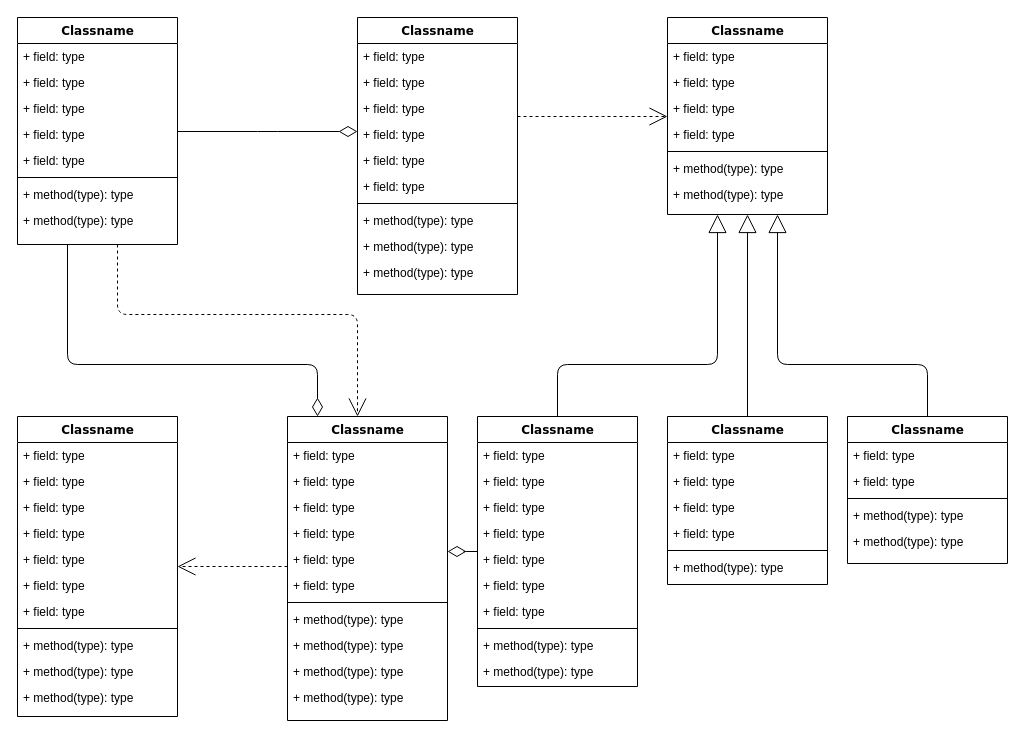
This is life_viewer_data_base.drawio from IvanStebletsov/drawio, a draw.io file, before an edit. Source tidied: cells renumbered, new cells numbered last; positions are measured from the earlier drawing's top-left corner, leaving out a move shared by most shapes. Both pictures are drawn from the tidied source at 100%, with x=0, y=0 at pixel (17, 17).
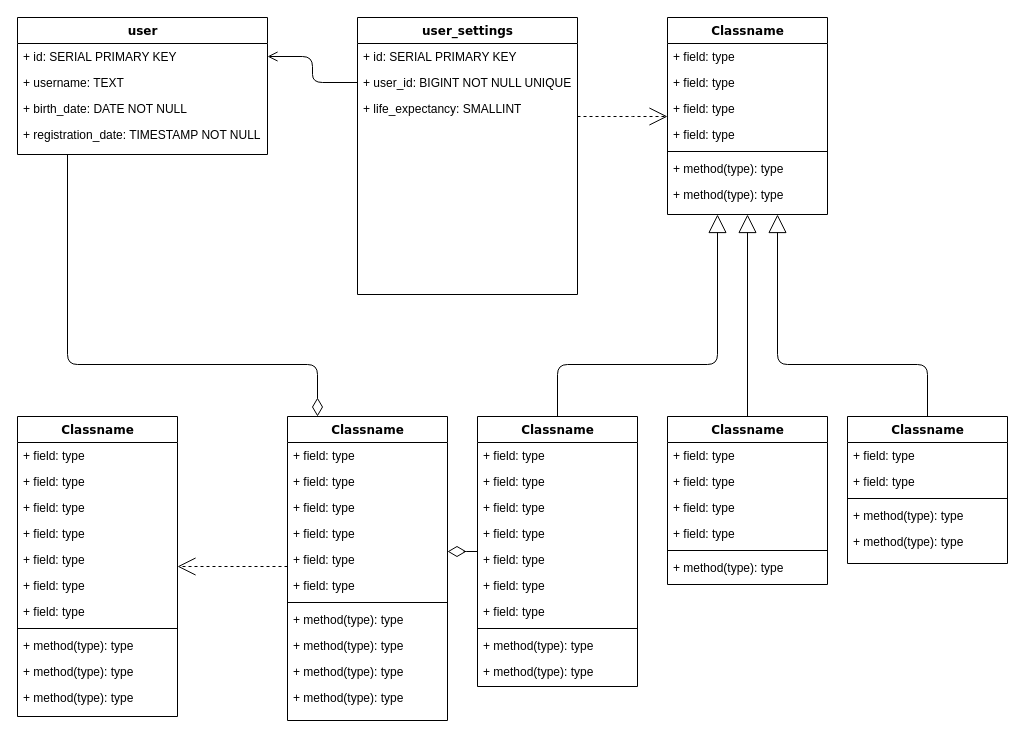
After the change.

The change refers to these unchanged cells:
```xml
<mxCell id="47" value="Classname" style="swimlane;html=1;fontStyle=1;align=center;verticalAlign=top;horizontal=1;startSize=26;swimlaneFillColor=#ffffff;rounded=0;shadow=0;comic=0;labelBackgroundColor=none;strokeWidth=1;fillColor=none;fontFamily=Verdana;fontSize=12;" parent="1" vertex="1">
  <mxGeometry x="270" y="399" width="160" height="304" as="geometry" />
</mxCell>
```

Change to the diagram source:
```diff
@@
-    <mxCell id="2" style="edgeStyle=orthogonalEdgeStyle;html=1;labelBackgroundColor=none;startFill=0;startSize=8;endArrow=open;endFill=0;endSize=16;fontFamily=Verdana;fontSize=12;dashed=1;" parent="1" edge="1" source="4" target="47">
-      <mxGeometry relative="1" as="geometry">
-        <Array as="points">
-          <mxPoint x="100" y="297" />
-          <mxPoint x="340" y="297" />
-        </Array>
-      </mxGeometry>
-    </mxCell>
@@
-    <mxCell id="4" value="Classname" style="swimlane;html=1;fontStyle=1;align=center;verticalAlign=top;horizontal=1;startSize=26;swimlaneFillColor=#ffffff;rounded=0;shadow=0;comic=0;labelBackgroundColor=none;strokeWidth=1;fillColor=none;fontFamily=Verdana;fontSize=12;" parent="1" vertex="1">
-      <mxGeometry width="160" height="227" as="geometry" />
+    <mxCell id="4" value="user" style="swimlane;html=1;fontStyle=1;align=center;verticalAlign=top;horizontal=1;startSize=26;swimlaneFillColor=#ffffff;rounded=0;shadow=0;comic=0;labelBackgroundColor=none;strokeWidth=1;fillColor=none;fontFamily=Verdana;fontSize=12;" parent="1" vertex="1">
+      <mxGeometry width="250" height="137" as="geometry" />
     </mxCell>
-    <mxCell id="5" value="+ field: type" style="text;html=1;strokeColor=none;fillColor=none;align=left;verticalAlign=top;spacingLeft=4;spacingRight=4;whiteSpace=wrap;overflow=hidden;points=[[0,0.5],[1,0.5]];portConstraint=eastwest;" parent="4" vertex="1">
-      <mxGeometry y="26" width="160" height="26" as="geometry" />
+    <mxCell id="5" value="+ id: SERIAL PRIMARY KEY" style="text;html=1;strokeColor=none;fillColor=none;align=left;verticalAlign=top;spacingLeft=4;spacingRight=4;whiteSpace=wrap;overflow=hidden;points=[[0,0.5],[1,0.5]];portConstraint=eastwest;" parent="4" vertex="1">
+      <mxGeometry y="26" width="250" height="26" as="geometry" />
     </mxCell>
-    <mxCell id="6" value="+ field: type" style="text;html=1;strokeColor=none;fillColor=none;align=left;verticalAlign=top;spacingLeft=4;spacingRight=4;whiteSpace=wrap;overflow=hidden;" parent="4" vertex="1">
-      <mxGeometry y="52" width="160" height="26" as="geometry" />
+    <mxCell id="6" value="+ username: TEXT" style="text;html=1;strokeColor=none;fillColor=none;align=left;verticalAlign=top;spacingLeft=4;spacingRight=4;whiteSpace=wrap;overflow=hidden;" parent="4" vertex="1">
+      <mxGeometry y="52" width="250" height="26" as="geometry" />
     </mxCell>
-    <mxCell id="7" value="+ field: type" style="text;html=1;strokeColor=none;fillColor=none;align=left;verticalAlign=top;spacingLeft=4;spacingRight=4;whiteSpace=wrap;overflow=hidden;" parent="4" vertex="1">
-      <mxGeometry y="78" width="160" height="26" as="geometry" />
+    <mxCell id="7" value="+ birth_date: DATE NOT NULL" style="text;html=1;strokeColor=none;fillColor=none;align=left;verticalAlign=top;spacingLeft=4;spacingRight=4;whiteSpace=wrap;overflow=hidden;" parent="4" vertex="1">
+      <mxGeometry y="78" width="250" height="26" as="geometry" />
     </mxCell>
-    <mxCell id="8" value="+ field: type" style="text;html=1;strokeColor=none;fillColor=none;align=left;verticalAlign=top;spacingLeft=4;spacingRight=4;whiteSpace=wrap;overflow=hidden;" parent="4" vertex="1">
-      <mxGeometry y="104" width="160" height="26" as="geometry" />
+    <mxCell id="8" value="+ registration_date: TIMESTAMP NOT NULL" style="text;html=1;strokeColor=none;fillColor=none;align=left;verticalAlign=top;spacingLeft=4;spacingRight=4;whiteSpace=wrap;overflow=hidden;" parent="4" vertex="1">
+      <mxGeometry y="104" width="250" height="26" as="geometry" />
     </mxCell>
-    <mxCell id="9" value="+ field: type" style="text;html=1;strokeColor=none;fillColor=none;align=left;verticalAlign=top;spacingLeft=4;spacingRight=4;whiteSpace=wrap;overflow=hidden;" parent="4" vertex="1">
-      <mxGeometry y="130" width="160" height="26" as="geometry" />
-    </mxCell>
-    <mxCell id="10" style="line;html=1;strokeWidth=1;fillColor=none;align=left;verticalAlign=middle;spacingTop=-1;spacingLeft=3;spacingRight=3;labelPosition=right;" parent="4" vertex="1">
-      <mxGeometry y="156" width="160" height="8" as="geometry" />
-    </mxCell>
-    <mxCell id="11" value="+ method(type): type" style="text;html=1;strokeColor=none;fillColor=none;align=left;verticalAlign=top;spacingLeft=4;spacingRight=4;whiteSpace=wrap;overflow=hidden;" parent="4" vertex="1">
-      <mxGeometry y="164" width="160" height="26" as="geometry" />
-    </mxCell>
-    <mxCell id="12" value="+ method(type): type" style="text;html=1;strokeColor=none;fillColor=none;align=left;verticalAlign=top;spacingLeft=4;spacingRight=4;whiteSpace=wrap;overflow=hidden;" parent="4" vertex="1">
-      <mxGeometry y="190" width="160" height="26" as="geometry" />
-    </mxCell>
@@
-    <mxCell id="14" value="Classname" style="swimlane;html=1;fontStyle=1;align=center;verticalAlign=top;horizontal=1;startSize=26;swimlaneFillColor=#ffffff;rounded=0;shadow=0;comic=0;labelBackgroundColor=none;strokeWidth=1;fillColor=none;fontFamily=Verdana;fontSize=12;" parent="1" vertex="1">
-      <mxGeometry x="340" width="160" height="277" as="geometry" />
+    <mxCell id="14" value="user_settings" style="swimlane;html=1;fontStyle=1;align=center;verticalAlign=top;horizontal=1;startSize=26;swimlaneFillColor=#ffffff;rounded=0;shadow=0;comic=0;labelBackgroundColor=none;strokeWidth=1;fillColor=none;fontFamily=Verdana;fontSize=12;" parent="1" vertex="1">
+      <mxGeometry x="340" width="220" height="277" as="geometry" />
     </mxCell>
+    <mxCell id="23" value="+ id: SERIAL PRIMARY KEY" style="text;html=1;strokeColor=none;fillColor=none;align=left;verticalAlign=top;spacingLeft=4;spacingRight=4;whiteSpace=wrap;overflow=hidden;" parent="14" vertex="1">
+      <mxGeometry y="26" width="220" height="26" as="geometry" />
+    </mxCell>
+    <mxCell id="87" value="+ user_id: BIGINT NOT NULL UNIQUE" style="text;html=1;strokeColor=none;fillColor=none;align=left;verticalAlign=top;spacingLeft=4;spacingRight=4;whiteSpace=wrap;overflow=hidden;points=[[0,0.5],[1,0.5]];portConstraint=eastwest;" parent="14" vertex="1">
+      <mxGeometry y="52" width="220" height="26" as="geometry" />
+    </mxCell>
-    <mxCell id="15" value="+ field: type" style="text;html=1;strokeColor=none;fillColor=none;align=left;verticalAlign=top;spacingLeft=4;spacingRight=4;whiteSpace=wrap;overflow=hidden;" parent="14" vertex="1">
-      <mxGeometry y="26" width="160" height="26" as="geometry" />
+    <mxCell id="15" value="+ life_expectancy: SMALLINT" style="text;html=1;strokeColor=none;fillColor=none;align=left;verticalAlign=top;spacingLeft=4;spacingRight=4;whiteSpace=wrap;overflow=hidden;" parent="14" vertex="1">
+      <mxGeometry y="78" width="220" height="26" as="geometry" />
     </mxCell>
-    <mxCell id="16" value="+ field: type" style="text;html=1;strokeColor=none;fillColor=none;align=left;verticalAlign=top;spacingLeft=4;spacingRight=4;whiteSpace=wrap;overflow=hidden;" parent="14" vertex="1">
-      <mxGeometry y="52" width="160" height="26" as="geometry" />
-    </mxCell>
-    <mxCell id="17" value="+ field: type" style="text;html=1;strokeColor=none;fillColor=none;align=left;verticalAlign=top;spacingLeft=4;spacingRight=4;whiteSpace=wrap;overflow=hidden;" parent="14" vertex="1">
-      <mxGeometry y="78" width="160" height="26" as="geometry" />
-    </mxCell>
-    <mxCell id="18" value="+ field: type" style="text;html=1;strokeColor=none;fillColor=none;align=left;verticalAlign=top;spacingLeft=4;spacingRight=4;whiteSpace=wrap;overflow=hidden;" parent="14" vertex="1">
-      <mxGeometry y="104" width="160" height="26" as="geometry" />
-    </mxCell>
-    <mxCell id="19" value="+ field: type" style="text;html=1;strokeColor=none;fillColor=none;align=left;verticalAlign=top;spacingLeft=4;spacingRight=4;whiteSpace=wrap;overflow=hidden;" parent="14" vertex="1">
-      <mxGeometry y="130" width="160" height="26" as="geometry" />
-    </mxCell>
-    <mxCell id="20" value="+ field: type" style="text;html=1;strokeColor=none;fillColor=none;align=left;verticalAlign=top;spacingLeft=4;spacingRight=4;whiteSpace=wrap;overflow=hidden;" parent="14" vertex="1">
-      <mxGeometry y="156" width="160" height="26" as="geometry" />
-    </mxCell>
-    <mxCell id="21" style="line;html=1;strokeWidth=1;fillColor=none;align=left;verticalAlign=middle;spacingTop=-1;spacingLeft=3;spacingRight=3;labelPosition=right;" parent="14" vertex="1">
-      <mxGeometry y="182" width="160" height="8" as="geometry" />
-    </mxCell>
-    <mxCell id="22" value="+ method(type): type" style="text;html=1;strokeColor=none;fillColor=none;align=left;verticalAlign=top;spacingLeft=4;spacingRight=4;whiteSpace=wrap;overflow=hidden;" parent="14" vertex="1">
-      <mxGeometry y="190" width="160" height="26" as="geometry" />
-    </mxCell>
-    <mxCell id="23" value="+ method(type): type" style="text;html=1;strokeColor=none;fillColor=none;align=left;verticalAlign=top;spacingLeft=4;spacingRight=4;whiteSpace=wrap;overflow=hidden;" parent="14" vertex="1">
-      <mxGeometry y="216" width="160" height="26" as="geometry" />
-    </mxCell>
-    <mxCell id="24" value="+ method(type): type" style="text;html=1;strokeColor=none;fillColor=none;align=left;verticalAlign=top;spacingLeft=4;spacingRight=4;whiteSpace=wrap;overflow=hidden;" parent="14" vertex="1">
-      <mxGeometry y="242" width="160" height="26" as="geometry" />
-    </mxCell>
@@
-    <mxCell id="86" style="edgeStyle=elbowEdgeStyle;html=1;labelBackgroundColor=none;startFill=0;startSize=8;endArrow=diamondThin;endFill=0;endSize=16;fontFamily=Verdana;fontSize=12;elbow=vertical;" parent="1" edge="1" source="4" target="14">
+    <mxCell id="86" style="edgeStyle=elbowEdgeStyle;html=1;labelBackgroundColor=none;startFill=0;startSize=8;endArrow=none;endFill=0;endSize=16;fontFamily=Verdana;fontSize=12;elbow=vertical;strokeColor=default;rounded=1;curved=0;exitX=1;exitY=0.5;exitDx=0;exitDy=0;startArrow=open;" parent="1" edge="1" source="5" target="87">
       <mxGeometry relative="1" as="geometry" />
     </mxCell>
```
